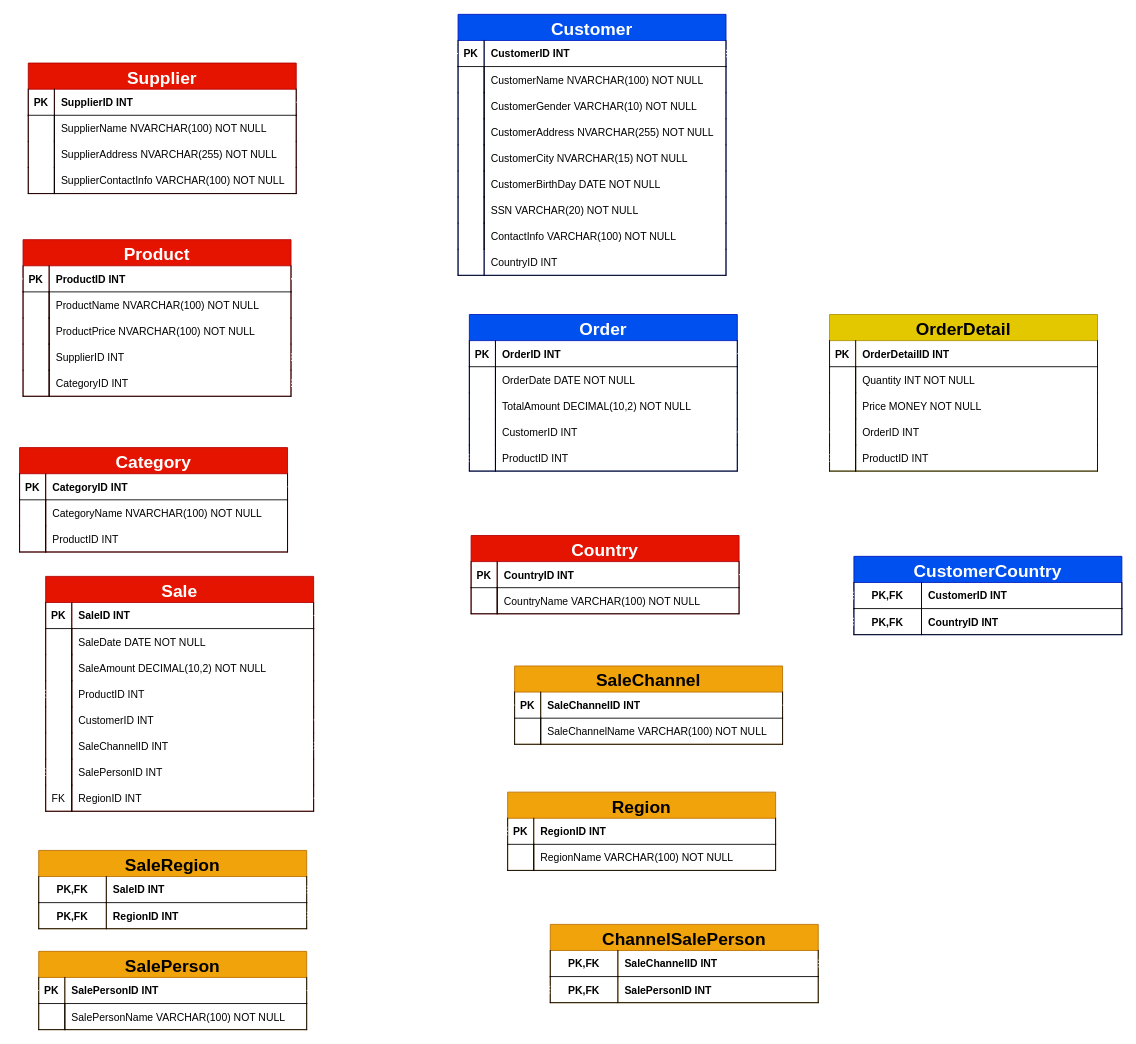
Earlier version of the draw.io diagram 04DrawIO/Sales.drawio (KristoferFangrat/ExamAssignment). Source tidied: cells renumbered, new cells numbered last; positions are measured from the earlier drawing's top-left corner, leaving out a move shared by most shapes. Both pictures are drawn from the tidied source at 87%, with x=0, y=0 at pixel (19, 14).
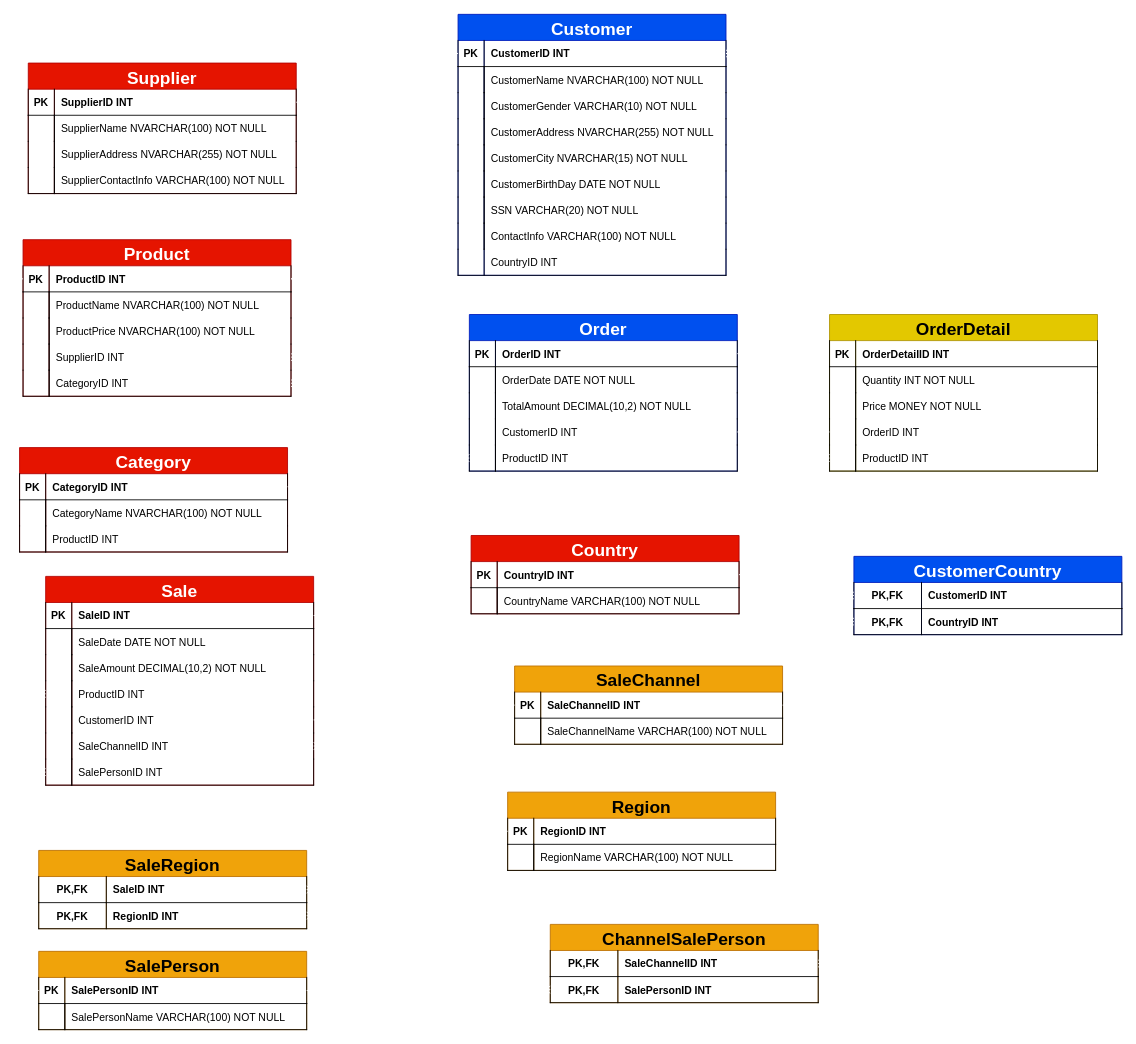
The same page after the edit.

Unchanged cells that the change refers to:
```xml
<mxCell id="107" style="shape=tableRow;horizontal=0;startSize=0;swimlaneHead=0;swimlaneBody=0;fillColor=none;points=[[0,0.5],[1,0.5]];portConstraint=eastwest;top=0;left=0;right=0;bottom=1;sketch=0;hachureGap=4;jiggle=2;curveFitting=1;fontFamily=Architects Daughter;fontSize=20;" parent="106" vertex="1">
  <mxGeometry y="30" width="308" height="30" as="geometry" />
</mxCell>
```

Diff of the diagram source:
```diff
@@
     <mxCell id="113" value="Sale" style="shape=table;startSize=30;childLayout=tableLayout;rowLines=0;fontStyle=1;align=center;sketch=0;hachureGap=4;jiggle=2;curveFitting=1;fontFamily=Helvetica;fontSize=20;swimlaneLine=1;rounded=0;fillColor=#e51400;fontColor=#ffffff;strokeColor=#B20000;" parent="1" vertex="1">
-      <mxGeometry x="30" y="646" width="308" height="270" as="geometry" />
+      <mxGeometry x="30" y="646" width="308" height="240" as="geometry" />
     </mxCell>
@@
-    <mxCell id="132" style="shape=tableRow;horizontal=0;startSize=0;swimlaneHead=0;swimlaneBody=0;fillColor=none;points=[[0,0.5],[1,0.5]];portConstraint=eastwest;top=0;left=0;right=0;bottom=0;sketch=0;hachureGap=4;jiggle=2;curveFitting=1;fontFamily=Architects Daughter;fontSize=20;" parent="113" vertex="1">
+    <mxCell id="132" style="shape=tableRow;horizontal=0;startSize=0;swimlaneHead=0;swimlaneBody=0;fillColor=none;points=[[0,0.5],[1,0.5]];portConstraint=eastwest;top=0;left=0;right=0;bottom=1;sketch=0;hachureGap=4;jiggle=2;curveFitting=1;fontFamily=Architects Daughter;fontSize=20;" parent="113" vertex="1">
       <mxGeometry y="210" width="308" height="30" as="geometry" />
     </mxCell>
@@
-    <mxCell id="135" style="shape=tableRow;horizontal=0;startSize=0;swimlaneHead=0;swimlaneBody=0;fillColor=none;points=[[0,0.5],[1,0.5]];portConstraint=eastwest;top=0;left=0;right=0;bottom=1;sketch=0;hachureGap=4;jiggle=2;curveFitting=1;fontFamily=Architects Daughter;fontSize=20;" parent="113" vertex="1">
-      <mxGeometry y="240" width="308" height="30" as="geometry" />
-    </mxCell>
-    <mxCell id="136" value="FK" style="shape=partialRectangle;fillColor=none;top=0;left=1;bottom=0;right=1;overflow=hidden;sketch=0;hachureGap=4;jiggle=2;curveFitting=1;fontFamily=Helvetica;fontSize=12;" parent="135" vertex="1">
-      <mxGeometry width="30" height="30" as="geometry" />
-    </mxCell>
-    <mxCell id="137" value="RegionID INT" style="shape=partialRectangle;fillColor=none;top=0;left=1;bottom=0;right=1;align=left;spacingLeft=6;overflow=hidden;sketch=0;hachureGap=4;jiggle=2;curveFitting=1;fontFamily=Helvetica;fontSize=12;" parent="135" vertex="1">
-      <mxGeometry x="30" width="278" height="30" as="geometry" />
-    </mxCell>
@@
-    <mxCell id="145" style="edgeStyle=orthogonalEdgeStyle;shape=connector;rounded=0;sketch=0;hachureGap=4;jiggle=2;curveFitting=1;html=1;exitX=1;exitY=0.5;exitDx=0;exitDy=0;entryX=0;entryY=0.5;entryDx=0;entryDy=0;labelBackgroundColor=default;strokeColor=#FFFFFF;fontFamily=Architects Daughter;fontSize=16;fontColor=default;startArrow=ERone;startFill=0;endArrow=ERoneToMany;endFill=0;" parent="1" edge="1" source="135" target="107">
-      <mxGeometry relative="1" as="geometry">
-        <Array as="points">
-          <mxPoint x="409" y="901" />
-          <mxPoint x="409" y="939" />
-        </Array>
-      </mxGeometry>
-    </mxCell>
```
